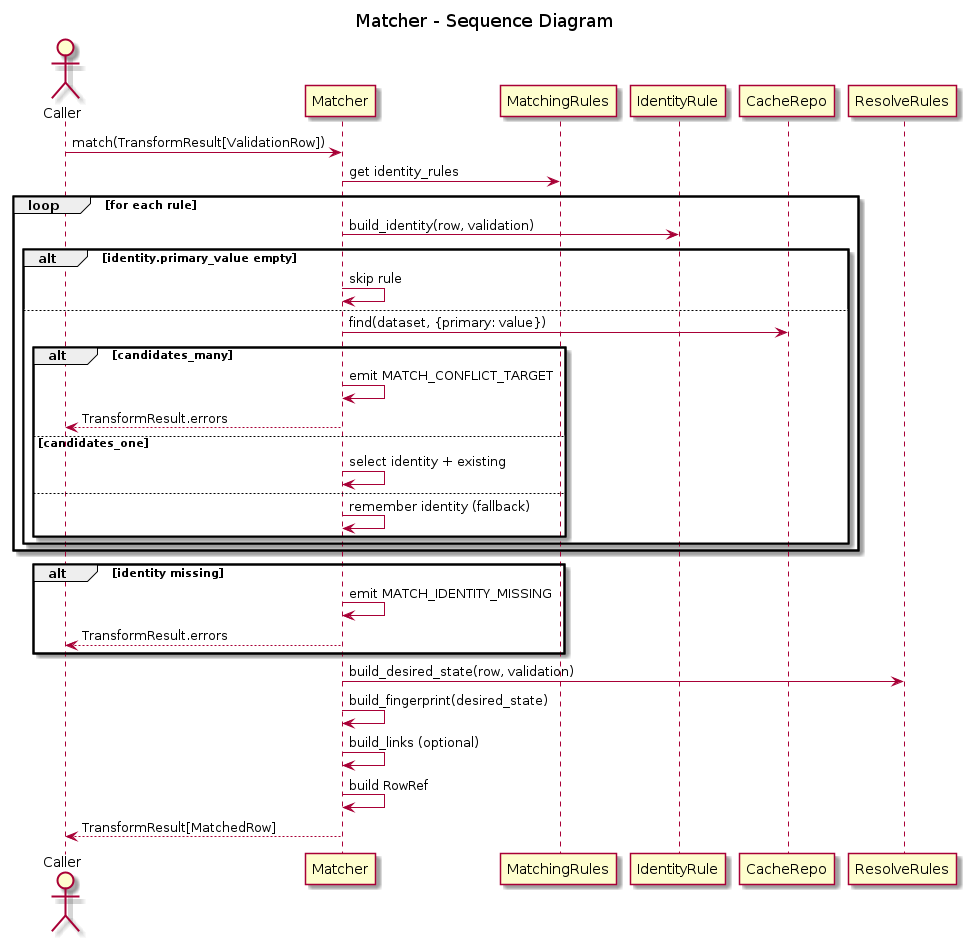
This is docs/uml/transform/matcher/matcher_sequence.png from xORex-LC/nexus-etl, a PlantUML export, as it was before one commit. Its source is kept beside it as docs/uml/transform/matcher/matcher_sequence.puml.
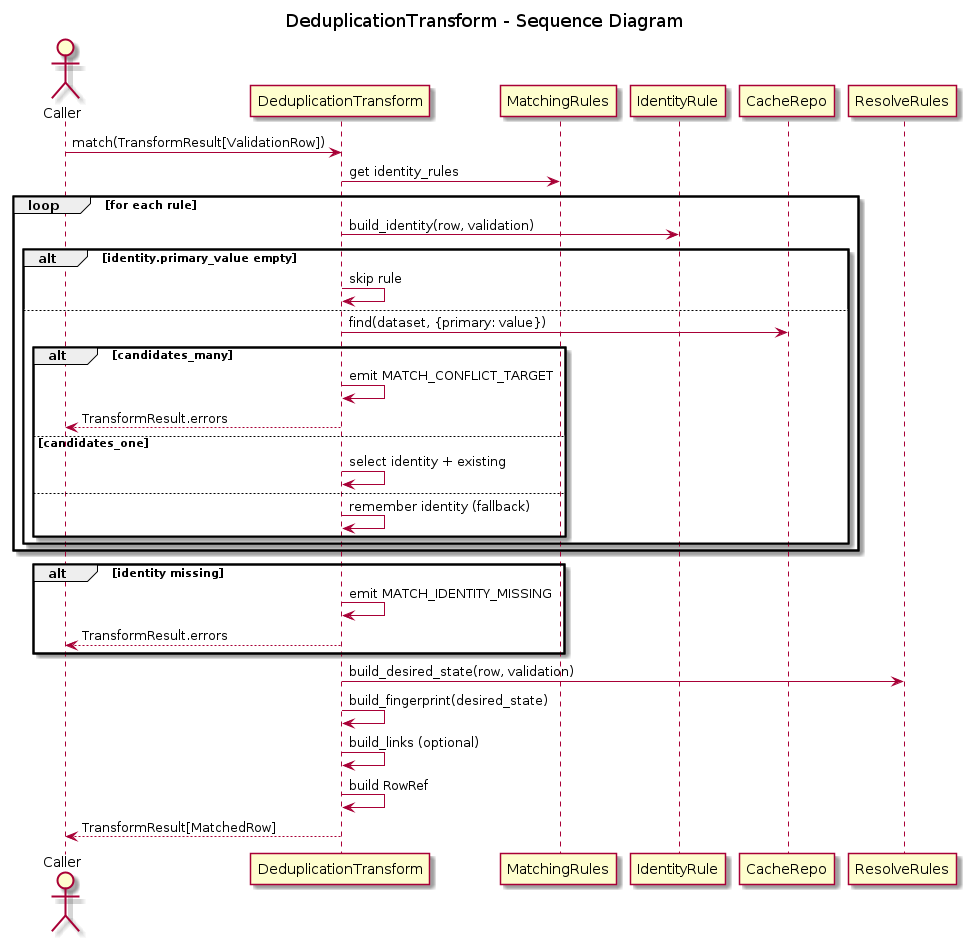
After the change.

What changed in the source:
```diff
@@ -1,39 +1,39 @@
 @startuml
-title Matcher - Sequence Diagram
+title DeduplicationTransform - Sequence Diagram
 
 actor Caller
-participant Matcher
+participant DeduplicationTransform
 participant MatchingRules
 participant "IdentityRule" as Rule
 participant CacheRepo
 participant ResolveRules
 
-Caller -> Matcher: match(TransformResult[ValidationRow])
-Matcher -> MatchingRules: get identity_rules
+Caller -> DeduplicationTransform: match(TransformResult[ValidationRow])
+DeduplicationTransform -> MatchingRules: get identity_rules
 loop for each rule
-  Matcher -> Rule: build_identity(row, validation)
+  DeduplicationTransform -> Rule: build_identity(row, validation)
   alt identity.primary_value empty
-    Matcher -> Matcher: skip rule
+    DeduplicationTransform -> DeduplicationTransform: skip rule
   else
-    Matcher -> CacheRepo: find(dataset, {primary: value})
+    DeduplicationTransform -> CacheRepo: find(dataset, {primary: value})
     alt candidates_many
-      Matcher -> Matcher: emit MATCH_CONFLICT_TARGET
-      Matcher --> Caller: TransformResult.errors
+      DeduplicationTransform -> DeduplicationTransform: emit MATCH_CONFLICT_TARGET
+      DeduplicationTransform --> Caller: TransformResult.errors
     else candidates_one
-      Matcher -> Matcher: select identity + existing
+      DeduplicationTransform -> DeduplicationTransform: select identity + existing
     else
-      Matcher -> Matcher: remember identity (fallback)
+      DeduplicationTransform -> DeduplicationTransform: remember identity (fallback)
     end
   end
 end
 alt identity missing
-  Matcher -> Matcher: emit MATCH_IDENTITY_MISSING
-  Matcher --> Caller: TransformResult.errors
+  DeduplicationTransform -> DeduplicationTransform: emit MATCH_IDENTITY_MISSING
+  DeduplicationTransform --> Caller: TransformResult.errors
 end
-Matcher -> ResolveRules: build_desired_state(row, validation)
-Matcher -> Matcher: build_fingerprint(desired_state)
-Matcher -> Matcher: build_links (optional)
-Matcher -> Matcher: build RowRef
-Matcher --> Caller: TransformResult[MatchedRow]
+DeduplicationTransform -> ResolveRules: build_desired_state(row, validation)
+DeduplicationTransform -> DeduplicationTransform: build_fingerprint(desired_state)
+DeduplicationTransform -> DeduplicationTransform: build_links (optional)
+DeduplicationTransform -> DeduplicationTransform: build RowRef
+DeduplicationTransform --> Caller: TransformResult[MatchedRow]
 
 @enduml
```
